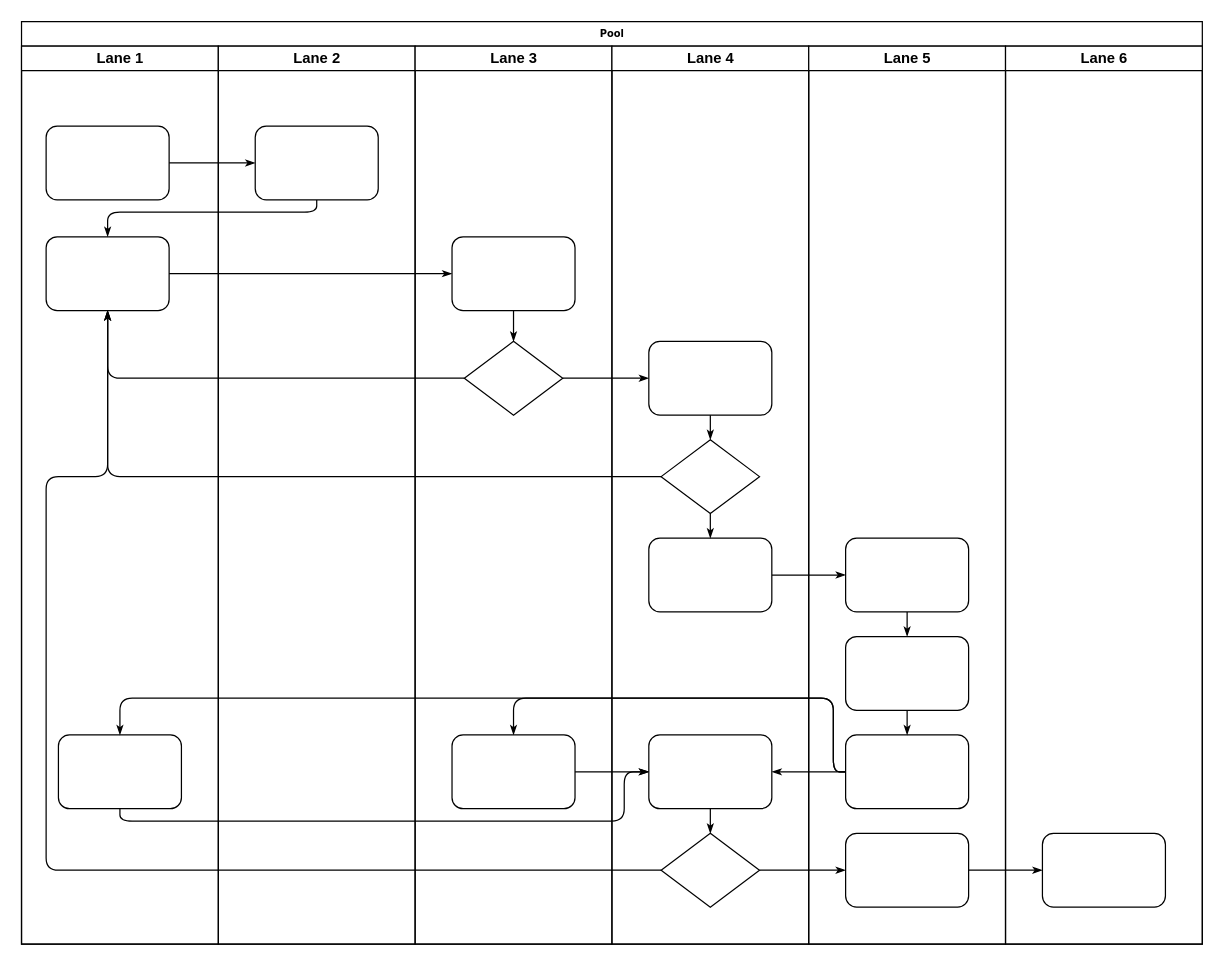
This is Untitled Diagram.drawio from mookeng49/Flowchart, a draw.io file, before an edit. Source tidied: cells renumbered, new cells numbered last; positions are measured from the earlier drawing's top-left corner, leaving out a move shared by most shapes. Both pictures are drawn from the tidied source at 123%, with x=0, y=0 at pixel (21, 21).
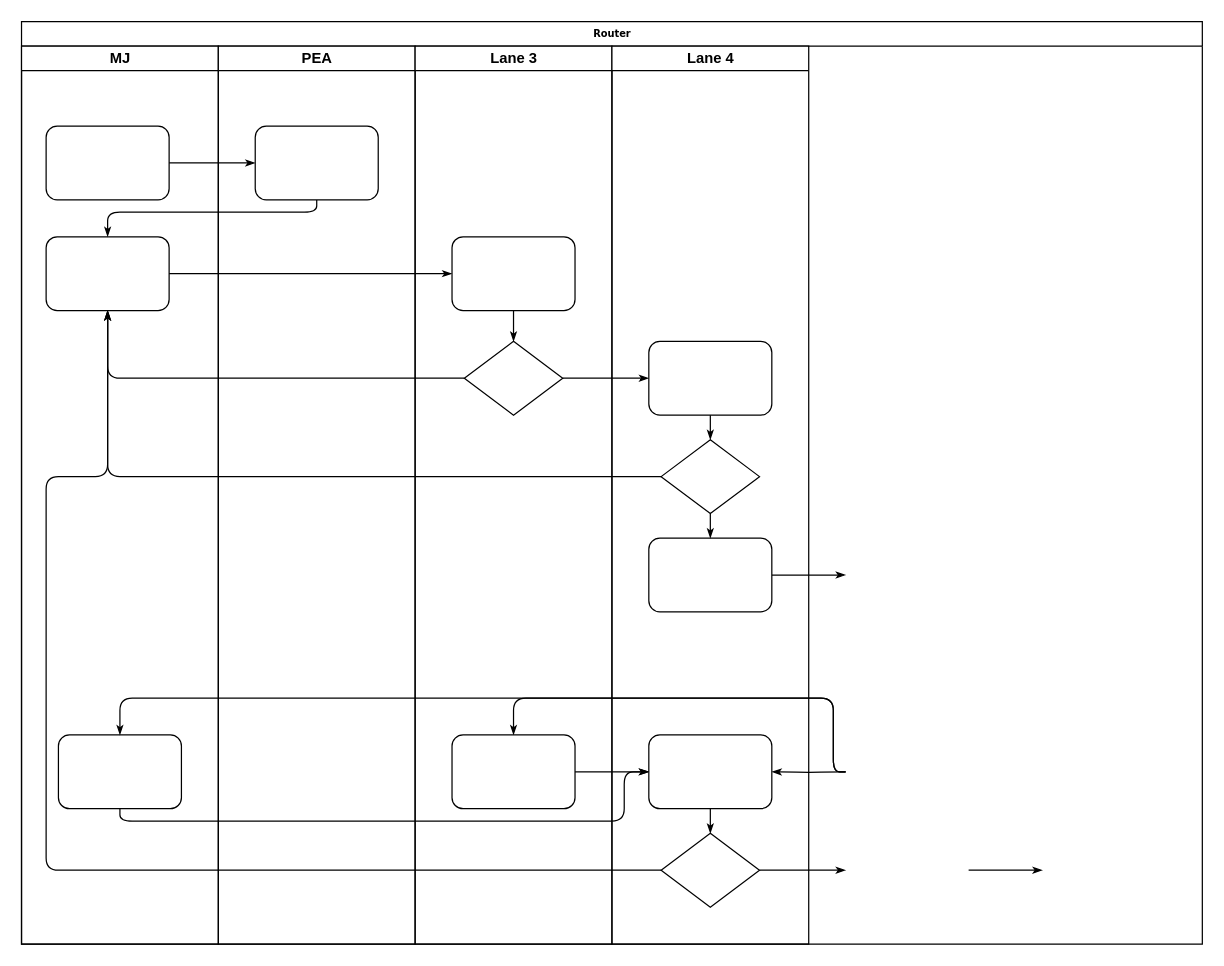
Above is the later version.

The change refers to these unchanged cells:
```xml
<mxCell id="6" style="rounded=1;whiteSpace=wrap;html=1;shadow=0;labelBackgroundColor=none;strokeWidth=1;fontFamily=Verdana;fontSize=8;align=center;" parent="3" vertex="1">
  <mxGeometry x="30" y="560" width="100" height="60" as="geometry" />
</mxCell>
<mxCell id="27" style="rounded=1;whiteSpace=wrap;html=1;shadow=0;labelBackgroundColor=none;strokeWidth=1;fontFamily=Verdana;fontSize=8;align=center;" parent="24" vertex="1">
  <mxGeometry x="30" y="560" width="100" height="60" as="geometry" />
</mxCell>
<mxCell id="32" style="rounded=1;whiteSpace=wrap;html=1;shadow=0;labelBackgroundColor=none;strokeWidth=1;fontFamily=Verdana;fontSize=8;align=center;" parent="29" vertex="1">
  <mxGeometry x="30" y="400" width="100" height="60" as="geometry" />
</mxCell>
<mxCell id="33" style="rounded=1;whiteSpace=wrap;html=1;shadow=0;labelBackgroundColor=none;strokeWidth=1;fontFamily=Verdana;fontSize=8;align=center;" parent="29" vertex="1">
  <mxGeometry x="30" y="560" width="100" height="60" as="geometry" />
</mxCell>
<mxCell id="34" style="rhombus;whiteSpace=wrap;html=1;rounded=0;shadow=0;labelBackgroundColor=none;strokeWidth=1;fontFamily=Verdana;fontSize=8;align=center;" parent="29" vertex="1">
  <mxGeometry x="40" y="640" width="80" height="60" as="geometry" />
</mxCell>
```

What changed in the source:
```diff
@@
-<mxGraphModel background="#ffffff">
+<mxGraphModel>
@@
-    <mxCell id="2" value="Pool" style="swimlane;html=1;startSize=20;rounded=0;shadow=0;labelBackgroundColor=none;strokeWidth=1;fontFamily=Verdana;fontSize=8;align=center;" parent="1" vertex="1">
+    <mxCell id="2" value="Router" style="swimlane;html=1;startSize=20;rounded=0;shadow=0;labelBackgroundColor=none;strokeWidth=1;fontFamily=Verdana;fontSize=8;align=center;" parent="1" vertex="1">
       <mxGeometry width="960" height="750" as="geometry" />
     </mxCell>
-    <mxCell id="3" value="Lane 1" style="swimlane;html=1;startSize=20;" parent="2" vertex="1">
+    <mxCell id="3" value="MJ" style="swimlane;html=1;startSize=20;" parent="2" vertex="1">
       <mxGeometry y="20" width="160" height="730" as="geometry" />
     </mxCell>
@@
-    <mxCell id="14" style="edgeStyle=orthogonalEdgeStyle;rounded=1;html=1;labelBackgroundColor=none;startArrow=none;startFill=0;startSize=5;endArrow=classicThin;endFill=1;endSize=5;jettySize=auto;strokeWidth=1;fontFamily=Verdana;fontSize=8;" parent="2" edge="1" source="34" target="42">
-      <mxGeometry relative="1" as="geometry" />
+    <mxCell id="14" style="edgeStyle=orthogonalEdgeStyle;rounded=1;html=1;labelBackgroundColor=none;startArrow=none;startFill=0;startSize=5;endArrow=classicThin;endFill=1;endSize=5;jettySize=auto;strokeWidth=1;fontFamily=Verdana;fontSize=8;" parent="2" edge="1" source="34">
+      <mxGeometry relative="1" as="geometry">
+        <mxPoint x="670" y="690" as="targetPoint" />
+      </mxGeometry>
     </mxCell>
-    <mxCell id="15" style="edgeStyle=orthogonalEdgeStyle;rounded=1;html=1;labelBackgroundColor=none;startArrow=none;startFill=0;startSize=5;endArrow=classicThin;endFill=1;endSize=5;jettySize=auto;strokeWidth=1;fontFamily=Verdana;fontSize=8;" parent="2" edge="1" source="42" target="46">
-      <mxGeometry relative="1" as="geometry" />
+    <mxCell id="15" style="edgeStyle=orthogonalEdgeStyle;rounded=1;html=1;labelBackgroundColor=none;startArrow=none;startFill=0;startSize=5;endArrow=classicThin;endFill=1;endSize=5;jettySize=auto;orthogonalLoop=1;strokeWidth=1;fontFamily=Verdana;fontSize=8;" parent="2" edge="1">
+      <mxGeometry relative="1" as="geometry">
+        <mxPoint x="770" y="690" as="sourcePoint" />
+        <mxPoint x="830" y="690" as="targetPoint" />
+      </mxGeometry>
     </mxCell>
-    <mxCell id="16" style="edgeStyle=orthogonalEdgeStyle;rounded=1;html=1;labelBackgroundColor=none;startArrow=none;startFill=0;startSize=5;endArrow=classicThin;endFill=1;endSize=5;jettySize=auto;strokeWidth=1;fontFamily=Verdana;fontSize=8;" parent="2" edge="1" source="32" target="39">
-      <mxGeometry relative="1" as="geometry" />
+    <mxCell id="16" style="edgeStyle=orthogonalEdgeStyle;rounded=1;html=1;labelBackgroundColor=none;startArrow=none;startFill=0;startSize=5;endArrow=classicThin;endFill=1;endSize=5;jettySize=auto;strokeWidth=1;fontFamily=Verdana;fontSize=8;" parent="2" edge="1" source="32">
+      <mxGeometry relative="1" as="geometry">
+        <mxPoint x="670" y="450" as="targetPoint" />
+      </mxGeometry>
     </mxCell>
-    <mxCell id="17" style="edgeStyle=orthogonalEdgeStyle;rounded=1;html=1;labelBackgroundColor=none;startArrow=none;startFill=0;startSize=5;endArrow=classicThin;endFill=1;endSize=5;jettySize=auto;strokeWidth=1;fontFamily=Verdana;fontSize=8;" parent="2" edge="1" source="41" target="27">
+    <mxCell id="17" style="edgeStyle=orthogonalEdgeStyle;rounded=1;html=1;labelBackgroundColor=none;startArrow=none;startFill=0;startSize=5;endArrow=classicThin;endFill=1;endSize=5;jettySize=auto;strokeWidth=1;fontFamily=Verdana;fontSize=8;" parent="2" edge="1" target="27">
       <mxGeometry relative="1" as="geometry">
+        <mxPoint x="670" y="610" as="sourcePoint" />
         <Array as="points">
           <mxPoint x="660" y="610" />
           <mxPoint x="660" y="550" />
           <mxPoint x="400" y="550" />
         </Array>
       </mxGeometry>
     </mxCell>
-    <mxCell id="18" style="edgeStyle=orthogonalEdgeStyle;rounded=1;html=1;labelBackgroundColor=none;startArrow=none;startFill=0;startSize=5;endArrow=classicThin;endFill=1;endSize=5;jettySize=auto;strokeColor=#000000;strokeWidth=1;fontFamily=Verdana;fontSize=8;fontColor=#000000;" parent="2" edge="1" source="41" target="33">
-      <mxGeometry relative="1" as="geometry" />
+    <mxCell id="18" style="edgeStyle=orthogonalEdgeStyle;rounded=1;html=1;labelBackgroundColor=none;startArrow=none;startFill=0;startSize=5;endArrow=classicThin;endFill=1;endSize=5;jettySize=auto;strokeColor=#000000;strokeWidth=1;fontFamily=Verdana;fontSize=8;fontColor=#000000;" parent="2" edge="1" target="33">
+      <mxGeometry relative="1" as="geometry">
+        <mxPoint x="670" y="610" as="sourcePoint" />
+      </mxGeometry>
     </mxCell>
-    <mxCell id="19" style="edgeStyle=orthogonalEdgeStyle;rounded=1;html=1;labelBackgroundColor=none;startArrow=none;startFill=0;startSize=5;endArrow=classicThin;endFill=1;endSize=5;jettySize=auto;strokeWidth=1;fontFamily=Verdana;fontSize=8;" parent="2" edge="1" source="41" target="6">
+    <mxCell id="19" style="edgeStyle=orthogonalEdgeStyle;rounded=1;html=1;labelBackgroundColor=none;startArrow=none;startFill=0;startSize=5;endArrow=classicThin;endFill=1;endSize=5;jettySize=auto;strokeWidth=1;fontFamily=Verdana;fontSize=8;" parent="2" edge="1" target="6">
       <mxGeometry relative="1" as="geometry">
+        <mxPoint x="670" y="610" as="sourcePoint" />
         <Array as="points">
           <mxPoint x="660" y="610" />
           <mxPoint x="660" y="550" />
           <mxPoint x="80" y="550" />
         </Array>
       </mxGeometry>
     </mxCell>
@@
-    <mxCell id="22" value="Lane 2" style="swimlane;html=1;startSize=20;" parent="2" vertex="1">
+    <mxCell id="22" value="PEA" style="swimlane;html=1;startSize=20;" parent="2" vertex="1">
       <mxGeometry x="160" y="20" width="160" height="730" as="geometry" />
     </mxCell>
@@
-    <mxCell id="38" value="Lane 5" style="swimlane;html=1;startSize=20;" parent="2" vertex="1">
-      <mxGeometry x="640" y="20" width="160" height="730" as="geometry" />
-    </mxCell>
-    <mxCell id="39" style="rounded=1;whiteSpace=wrap;html=1;shadow=0;labelBackgroundColor=none;strokeWidth=1;fontFamily=Verdana;fontSize=8;align=center;" parent="38" vertex="1">
-      <mxGeometry x="30" y="400" width="100" height="60" as="geometry" />
-    </mxCell>
-    <mxCell id="40" style="rounded=1;whiteSpace=wrap;html=1;shadow=0;labelBackgroundColor=none;strokeWidth=1;fontFamily=Verdana;fontSize=8;align=center;" parent="38" vertex="1">
-      <mxGeometry x="30" y="480" width="100" height="60" as="geometry" />
-    </mxCell>
-    <mxCell id="41" style="rounded=1;whiteSpace=wrap;html=1;shadow=0;labelBackgroundColor=none;strokeWidth=1;fontFamily=Verdana;fontSize=8;align=center;" parent="38" vertex="1">
-      <mxGeometry x="30" y="560" width="100" height="60" as="geometry" />
-    </mxCell>
-    <mxCell id="42" style="rounded=1;whiteSpace=wrap;html=1;shadow=0;labelBackgroundColor=none;strokeWidth=1;fontFamily=Verdana;fontSize=8;align=center;" parent="38" vertex="1">
-      <mxGeometry x="30" y="640" width="100" height="60" as="geometry" />
-    </mxCell>
-    <mxCell id="43" style="edgeStyle=orthogonalEdgeStyle;rounded=1;html=1;labelBackgroundColor=none;startArrow=none;startFill=0;startSize=5;endArrow=classicThin;endFill=1;endSize=5;jettySize=auto;strokeWidth=1;fontFamily=Verdana;fontSize=8;" parent="38" edge="1" source="39" target="40">
-      <mxGeometry relative="1" as="geometry" />
-    </mxCell>
-    <mxCell id="44" style="edgeStyle=orthogonalEdgeStyle;rounded=1;html=1;labelBackgroundColor=none;startArrow=none;startFill=0;startSize=5;endArrow=classicThin;endFill=1;endSize=5;jettySize=auto;strokeWidth=1;fontFamily=Verdana;fontSize=8;" parent="38" edge="1" source="40" target="41">
-      <mxGeometry relative="1" as="geometry" />
-    </mxCell>
-    <mxCell id="45" value="Lane 6" style="swimlane;html=1;startSize=20;" parent="2" vertex="1">
-      <mxGeometry x="800" y="20" width="160" height="730" as="geometry" />
-    </mxCell>
-    <mxCell id="46" style="rounded=1;whiteSpace=wrap;html=1;shadow=0;labelBackgroundColor=none;strokeWidth=1;fontFamily=Verdana;fontSize=8;align=center;" parent="45" vertex="1">
-      <mxGeometry x="30" y="640" width="100" height="60" as="geometry" />
-    </mxCell>
```
